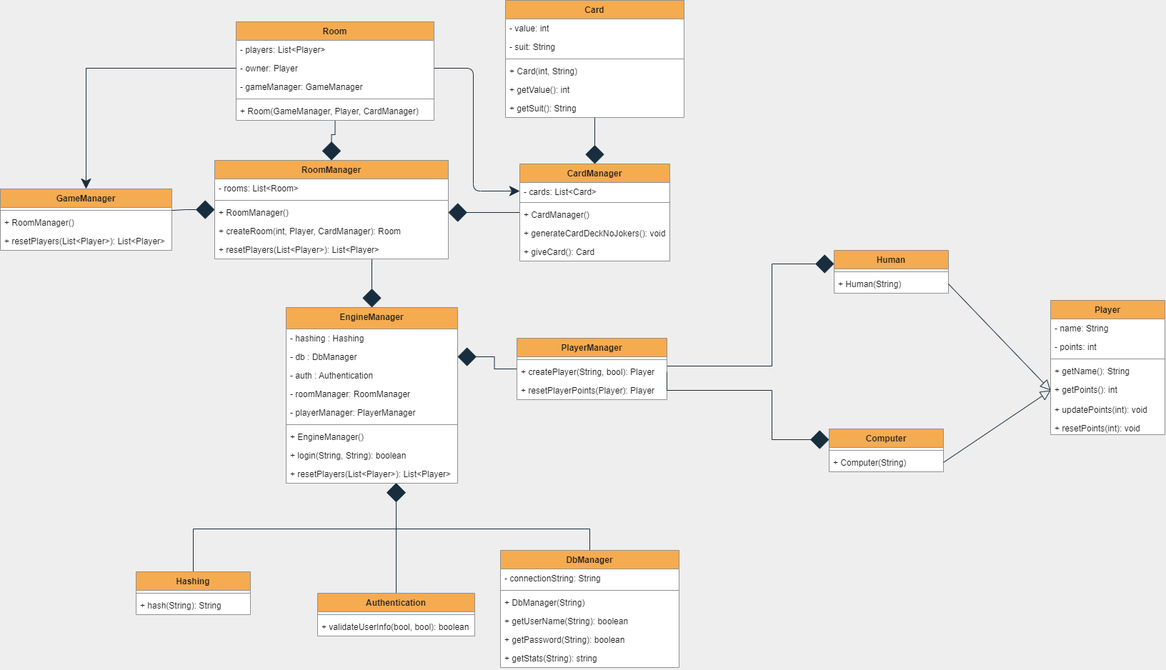
This is Diagrammer/Klasse Diagram.drawio.png from Olivervesth/KortKlubben, a draw.io export, as it was before one commit. Source tidied: cells renumbered, new cells last; positions are measured from the earlier drawing's top-left corner, leaving out a move shared by most shapes.
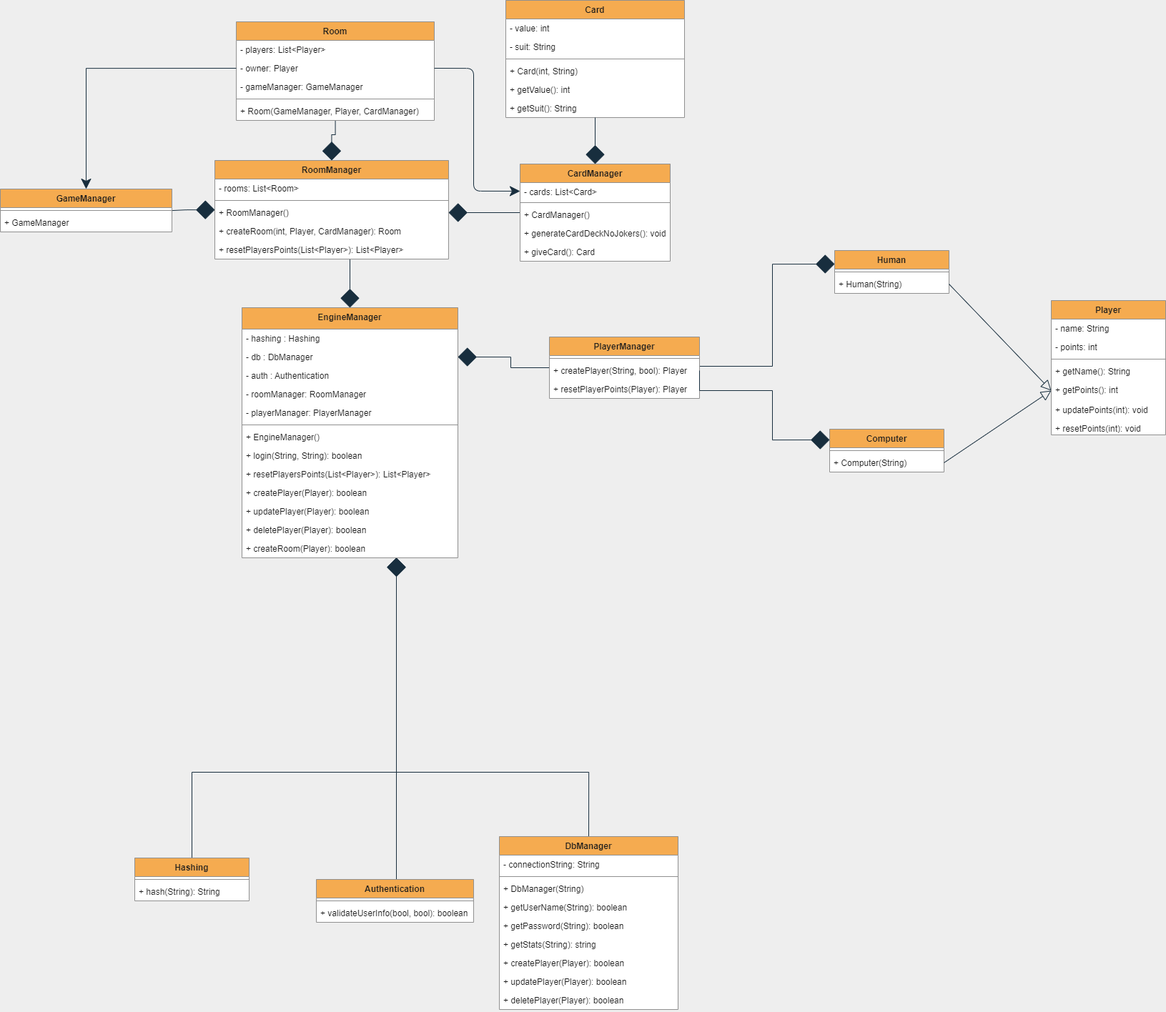
After the commit.

Commit message:
Class Diagram

progress

Change to the diagram source:
```diff
@@ -91,63 +91,74 @@
     <mxCell id="29" value="+ createRoom(int, Player, CardManager): Room" style="text;strokeColor=none;fillColor=none;align=left;verticalAlign=top;spacingLeft=4;spacingRight=4;overflow=hidden;fontColor=#1A1A1A;rounded=0;" parent="25" vertex="1">
       <mxGeometry y="86" width="327" height="26" as="geometry" />
     </mxCell>
-    <mxCell id="30" value="+ resetPlayers(List&lt;Player&gt;): List&lt;Player&gt;" style="text;strokeColor=none;fillColor=none;align=left;verticalAlign=top;spacingLeft=4;spacingRight=4;overflow=hidden;fontColor=#1A1A1A;rounded=0;" parent="25" vertex="1">
+    <mxCell id="30" value="+ resetPlayersPoints(List&lt;Player&gt;): List&lt;Player&gt;" style="text;strokeColor=none;fillColor=none;align=left;verticalAlign=top;spacingLeft=4;spacingRight=4;overflow=hidden;fontColor=#1A1A1A;rounded=0;" parent="25" vertex="1">
       <mxGeometry y="112" width="327" height="26" as="geometry" />
     </mxCell>
     <mxCell id="31" style="edgeStyle=orthogonalEdgeStyle;rounded=0;jettySize=auto;html=1;entryX=0.5;entryY=0;entryDx=0;entryDy=0;endArrow=none;endFill=0;endSize=24;startArrow=diamond;startFill=1;startSize=24;labelBackgroundColor=#EEEEEE;strokeColor=#182E3E;fontColor=#1A1A1A;" parent="1" edge="1" source="34" target="60">
       <mxGeometry relative="1" as="geometry">
         <Array as="points">
-          <mxPoint x="554" y="557" />
-          <mxPoint x="554" y="830" />
+          <mxPoint x="554" y="1230" />
         </Array>
       </mxGeometry>
     </mxCell>
     <mxCell id="32" style="edgeStyle=orthogonalEdgeStyle;rounded=0;jettySize=auto;html=1;entryX=0.5;entryY=0;entryDx=0;entryDy=0;endArrow=none;endFill=0;endSize=24;startArrow=diamond;startFill=1;startSize=24;labelBackgroundColor=#EEEEEE;strokeColor=#182E3E;fontColor=#1A1A1A;" parent="1" edge="1" source="34" target="63">
       <mxGeometry relative="1" as="geometry">
         <Array as="points">
-          <mxPoint x="554" y="740" />
-          <mxPoint x="270" y="740" />
+          <mxPoint x="554" y="1080" />
+          <mxPoint x="268" y="1080" />
         </Array>
       </mxGeometry>
     </mxCell>
     <mxCell id="33" style="edgeStyle=orthogonalEdgeStyle;rounded=0;jettySize=auto;html=1;entryX=0.5;entryY=0;entryDx=0;entryDy=0;endArrow=none;endFill=0;endSize=24;startArrow=diamond;startFill=1;startSize=24;labelBackgroundColor=#EEEEEE;strokeColor=#182E3E;fontColor=#1A1A1A;" parent="1" edge="1" source="34" target="53">
       <mxGeometry relative="1" as="geometry">
         <Array as="points">
-          <mxPoint x="554" y="740" />
-          <mxPoint x="825" y="740" />
+          <mxPoint x="554" y="1080" />
+          <mxPoint x="823" y="1080" />
         </Array>
       </mxGeometry>
     </mxCell>
     <mxCell id="34" value="EngineManager" style="swimlane;fontStyle=1;align=center;verticalAlign=top;horizontal=1;startSize=30;fillColor=#F5AB50;strokeColor=#909090;fontColor=#1A1A1A;rounded=0;swimlaneFillColor=default;" parent="1" vertex="1">
-      <mxGeometry x="400" y="430" width="240" height="246" as="geometry" />
+      <mxGeometry x="338" y="430" width="302" height="350" as="geometry" />
     </mxCell>
     <mxCell id="35" value="- hashing : Hashing" style="text;strokeColor=none;fillColor=none;align=left;verticalAlign=top;spacingLeft=4;spacingRight=4;overflow=hidden;fontColor=#1A1A1A;rounded=0;" parent="34" vertex="1">
-      <mxGeometry y="30" width="240" height="26" as="geometry" />
+      <mxGeometry y="30" width="302" height="26" as="geometry" />
     </mxCell>
     <mxCell id="36" value="- db : DbManager" style="text;strokeColor=none;fillColor=none;align=left;verticalAlign=top;spacingLeft=4;spacingRight=4;overflow=hidden;points=[[0,0.5],[1,0.5]];portConstraint=eastwest;fontColor=#1A1A1A;rounded=0;" parent="34" vertex="1">
-      <mxGeometry y="56" width="240" height="26" as="geometry" />
+      <mxGeometry y="56" width="302" height="26" as="geometry" />
     </mxCell>
     <mxCell id="37" value="- auth : Authentication" style="text;strokeColor=none;fillColor=none;align=left;verticalAlign=top;spacingLeft=4;spacingRight=4;overflow=hidden;fontColor=#1A1A1A;rounded=0;" parent="34" vertex="1">
-      <mxGeometry y="82" width="240" height="26" as="geometry" />
+      <mxGeometry y="82" width="302" height="26" as="geometry" />
     </mxCell>
     <mxCell id="38" value="- roomManager: RoomManager    " style="text;strokeColor=none;fillColor=none;align=left;verticalAlign=top;spacingLeft=4;spacingRight=4;overflow=hidden;fontColor=#1A1A1A;rounded=0;" parent="34" vertex="1">
-      <mxGeometry y="108" width="240" height="26" as="geometry" />
+      <mxGeometry y="108" width="302" height="26" as="geometry" />
     </mxCell>
     <mxCell id="39" value="- playerManager: PlayerManager" style="text;strokeColor=none;fillColor=none;align=left;verticalAlign=top;spacingLeft=4;spacingRight=4;overflow=hidden;fontColor=#1A1A1A;rounded=0;" parent="34" vertex="1">
-      <mxGeometry y="134" width="240" height="26" as="geometry" />
+      <mxGeometry y="134" width="302" height="26" as="geometry" />
     </mxCell>
     <mxCell id="40" style="line;strokeWidth=1;fillColor=none;align=left;verticalAlign=middle;spacingTop=-1;spacingLeft=3;spacingRight=3;labelPosition=right;labelBackgroundColor=#EEEEEE;strokeColor=#909090;fontColor=#1A1A1A;rounded=0;" parent="34" vertex="1">
-      <mxGeometry y="160" width="240" height="8" as="geometry" />
+      <mxGeometry y="160" width="302" height="8" as="geometry" />
     </mxCell>
     <mxCell id="41" value="+ EngineManager()" style="text;strokeColor=none;fillColor=none;align=left;verticalAlign=top;spacingLeft=4;spacingRight=4;overflow=hidden;fontColor=#1A1A1A;rounded=0;" parent="34" vertex="1">
-      <mxGeometry y="168" width="240" height="26" as="geometry" />
+      <mxGeometry y="168" width="302" height="26" as="geometry" />
     </mxCell>
     <mxCell id="42" value="+ login(String, String): boolean" style="text;strokeColor=none;fillColor=none;align=left;verticalAlign=top;spacingLeft=4;spacingRight=4;overflow=hidden;fontColor=#1A1A1A;rounded=0;" parent="34" vertex="1">
-      <mxGeometry y="194" width="240" height="26" as="geometry" />
+      <mxGeometry y="194" width="302" height="26" as="geometry" />
     </mxCell>
-    <mxCell id="43" value="+ resetPlayers(List&lt;Player&gt;): List&lt;Player&gt;" style="text;strokeColor=none;fillColor=none;align=left;verticalAlign=top;spacingLeft=4;spacingRight=4;overflow=hidden;fontColor=#1A1A1A;rounded=0;" parent="34" vertex="1">
-      <mxGeometry y="220" width="240" height="26" as="geometry" />
+    <mxCell id="43" value="+ resetPlayersPoints(List&lt;Player&gt;): List&lt;Player&gt;" style="text;strokeColor=none;fillColor=none;align=left;verticalAlign=top;spacingLeft=4;spacingRight=4;overflow=hidden;fontColor=#1A1A1A;rounded=0;" parent="34" vertex="1">
+      <mxGeometry y="220" width="302" height="26" as="geometry" />
     </mxCell>
+    <mxCell id="87" value="+ createPlayer(Player): boolean" style="text;strokeColor=none;fillColor=none;align=left;verticalAlign=top;spacingLeft=4;spacingRight=4;overflow=hidden;fontColor=#1A1A1A;rounded=0;" parent="34" vertex="1">
+      <mxGeometry y="246" width="302" height="26" as="geometry" />
+    </mxCell>
+    <mxCell id="88" value="+ updatePlayer(Player): boolean" style="text;strokeColor=none;fillColor=none;align=left;verticalAlign=top;spacingLeft=4;spacingRight=4;overflow=hidden;fontColor=#1A1A1A;rounded=0;" parent="34" vertex="1">
+      <mxGeometry y="272" width="302" height="26" as="geometry" />
+    </mxCell>
+    <mxCell id="89" value="+ deletePlayer(Player): boolean" style="text;strokeColor=none;fillColor=none;align=left;verticalAlign=top;spacingLeft=4;spacingRight=4;overflow=hidden;fontColor=#1A1A1A;rounded=0;" parent="34" vertex="1">
+      <mxGeometry y="298" width="302" height="26" as="geometry" />
+    </mxCell>
+    <mxCell id="90" value="+ createRoom(Player): boolean" style="text;strokeColor=none;fillColor=none;align=left;verticalAlign=top;spacingLeft=4;spacingRight=4;overflow=hidden;fontColor=#1A1A1A;rounded=0;" parent="34" vertex="1">
+      <mxGeometry y="324" width="302" height="26" as="geometry" />
+    </mxCell>
     <mxCell id="44" style="edgeStyle=orthogonalEdgeStyle;rounded=0;orthogonalLoop=1;jettySize=auto;html=1;entryX=0;entryY=0.5;entryDx=0;entryDy=0;endArrow=diamond;endFill=1;endSize=24;exitX=1;exitY=0.5;exitDx=0;exitDy=0;labelBackgroundColor=#EEEEEE;strokeColor=#182E3E;fontColor=#1A1A1A;" parent="1" edge="1">
       <mxGeometry relative="1" as="geometry">
         <mxPoint x="933" y="512" as="sourcePoint" />
@@ -162,7 +173,7 @@
       <mxGeometry relative="1" as="geometry" />
     </mxCell>
     <mxCell id="46" value="PlayerManager" style="swimlane;fontStyle=1;align=center;verticalAlign=top;horizontal=1;startSize=26;fillColor=#F5AB50;strokeColor=#909090;fontColor=#1A1A1A;rounded=0;swimlaneFillColor=default;" parent="1" vertex="1">
-      <mxGeometry x="723" y="473" width="210" height="86" as="geometry" />
+      <mxGeometry x="768" y="471" width="210" height="86" as="geometry" />
     </mxCell>
     <mxCell id="47" style="line;strokeWidth=1;fillColor=none;align=left;verticalAlign=middle;spacingTop=-1;spacingLeft=3;spacingRight=3;labelPosition=right;labelBackgroundColor=#EEEEEE;strokeColor=#909090;fontColor=#1A1A1A;rounded=0;" parent="46" vertex="1">
       <mxGeometry y="26" width="210" height="8" as="geometry" />
@@ -183,7 +194,7 @@
       <mxGeometry y="34" width="160" height="26" as="geometry" />
     </mxCell>
     <mxCell id="53" value="DbManager" style="swimlane;fontStyle=1;align=center;verticalAlign=top;horizontal=1;startSize=26;fillColor=#F5AB50;strokeColor=#909090;fontColor=#1A1A1A;rounded=0;swimlaneFillColor=default;" parent="1" vertex="1">
-      <mxGeometry x="700" y="770" width="250" height="164" as="geometry" />
+      <mxGeometry x="698" y="1170" width="250" height="242" as="geometry" />
     </mxCell>
     <mxCell id="54" value="- connectionString: String" style="text;strokeColor=none;fillColor=none;align=left;verticalAlign=top;spacingLeft=4;spacingRight=4;overflow=hidden;fontColor=#1A1A1A;rounded=0;" parent="53" vertex="1">
       <mxGeometry y="26" width="250" height="26" as="geometry" />
@@ -203,8 +214,17 @@
     <mxCell id="59" value="+ getStats(String): string" style="text;strokeColor=none;fillColor=none;align=left;verticalAlign=top;spacingLeft=4;spacingRight=4;overflow=hidden;fontColor=#1A1A1A;rounded=0;" parent="53" vertex="1">
       <mxGeometry y="138" width="250" height="26" as="geometry" />
     </mxCell>
+    <mxCell id="91" value="+ createPlayer(Player): boolean" style="text;strokeColor=none;fillColor=none;align=left;verticalAlign=top;spacingLeft=4;spacingRight=4;overflow=hidden;fontColor=#1A1A1A;rounded=0;" parent="53" vertex="1">
+      <mxGeometry y="164" width="250" height="26" as="geometry" />
+    </mxCell>
+    <mxCell id="92" value="+ updatePlayer(Player): boolean" style="text;strokeColor=none;fillColor=none;align=left;verticalAlign=top;spacingLeft=4;spacingRight=4;overflow=hidden;fontColor=#1A1A1A;rounded=0;" parent="53" vertex="1">
+      <mxGeometry y="190" width="250" height="26" as="geometry" />
+    </mxCell>
+    <mxCell id="93" value="+ deletePlayer(Player): boolean" style="text;strokeColor=none;fillColor=none;align=left;verticalAlign=top;spacingLeft=4;spacingRight=4;overflow=hidden;fontColor=#1A1A1A;rounded=0;" parent="53" vertex="1">
+      <mxGeometry y="216" width="250" height="26" as="geometry" />
+    </mxCell>
     <mxCell id="60" value="Authentication" style="swimlane;fontStyle=1;align=center;verticalAlign=top;horizontal=1;startSize=26;fillColor=#F5AB50;strokeColor=#909090;fontColor=#1A1A1A;rounded=0;swimlaneFillColor=default;" parent="1" vertex="1">
-      <mxGeometry x="444" y="830" width="220" height="60" as="geometry" />
+      <mxGeometry x="442" y="1230" width="220" height="60" as="geometry" />
     </mxCell>
     <mxCell id="61" style="line;strokeWidth=1;fillColor=none;align=left;verticalAlign=middle;spacingTop=-1;spacingLeft=3;spacingRight=3;labelPosition=right;labelBackgroundColor=#EEEEEE;strokeColor=#909090;fontColor=#1A1A1A;rounded=0;" parent="60" vertex="1">
       <mxGeometry y="26" width="220" height="8" as="geometry" />
@@ -213,7 +233,7 @@
       <mxGeometry y="34" width="220" height="26" as="geometry" />
     </mxCell>
     <mxCell id="63" value="Hashing" style="swimlane;fontStyle=1;align=center;verticalAlign=top;horizontal=1;startSize=26;fillColor=#F5AB50;strokeColor=#909090;fontColor=#1A1A1A;rounded=0;swimlaneFillColor=default;" parent="1" vertex="1">
-      <mxGeometry x="190" y="800" width="160" height="60" as="geometry" />
+      <mxGeometry x="188" y="1200" width="160" height="60" as="geometry" />
     </mxCell>
     <mxCell id="64" style="line;strokeWidth=1;fillColor=none;align=left;verticalAlign=middle;spacingTop=-1;spacingLeft=3;spacingRight=3;labelPosition=right;labelBackgroundColor=#EEEEEE;strokeColor=#909090;fontColor=#1A1A1A;rounded=0;" parent="63" vertex="1">
       <mxGeometry y="26" width="160" height="8" as="geometry" />
@@ -251,17 +271,14 @@
       <mxGeometry relative="1" as="geometry" />
     </mxCell>
     <mxCell id="74" value="GameManager" style="swimlane;fontStyle=1;align=center;verticalAlign=top;horizontal=1;startSize=26;fillColor=#F5AB50;strokeColor=#909090;fontColor=#1A1A1A;rounded=0;swimlaneFillColor=default;" parent="1" vertex="1">
-      <mxGeometry y="264" width="240" height="86" as="geometry" />
+      <mxGeometry y="264" width="240" height="60" as="geometry" />
     </mxCell>
     <mxCell id="75" style="line;strokeWidth=1;fillColor=none;align=left;verticalAlign=middle;spacingTop=-1;spacingLeft=3;spacingRight=3;labelPosition=right;points=[];portConstraint=eastwest;labelBackgroundColor=#EEEEEE;strokeColor=#909090;fontColor=#1A1A1A;rounded=0;" parent="74" vertex="1">
       <mxGeometry y="26" width="240" height="8" as="geometry" />
     </mxCell>
-    <mxCell id="76" value="+ RoomManager()" style="text;strokeColor=none;fillColor=none;align=left;verticalAlign=top;spacingLeft=4;spacingRight=4;overflow=hidden;fontColor=#1A1A1A;rounded=0;" parent="74" vertex="1">
+    <mxCell id="76" value="+ GameManager" style="text;strokeColor=none;fillColor=none;align=left;verticalAlign=top;spacingLeft=4;spacingRight=4;overflow=hidden;fontColor=#1A1A1A;rounded=0;" parent="74" vertex="1">
       <mxGeometry y="34" width="240" height="26" as="geometry" />
     </mxCell>
-    <mxCell id="77" value="+ resetPlayers(List&lt;Player&gt;): List&lt;Player&gt;" style="text;strokeColor=none;fillColor=none;align=left;verticalAlign=top;spacingLeft=4;spacingRight=4;overflow=hidden;fontColor=#1A1A1A;rounded=0;" parent="74" vertex="1">
-      <mxGeometry y="60" width="240" height="26" as="geometry" />
-    </mxCell>
     <mxCell id="78" value="Player" style="swimlane;fontStyle=1;align=center;verticalAlign=top;horizontal=1;startSize=26;fillColor=#F5AB50;strokeColor=#909090;fontColor=#1A1A1A;rounded=0;swimlaneFillColor=default;" parent="1" vertex="1">
       <mxGeometry x="1470" y="420" width="160" height="188" as="geometry" />
     </mxCell>
```
